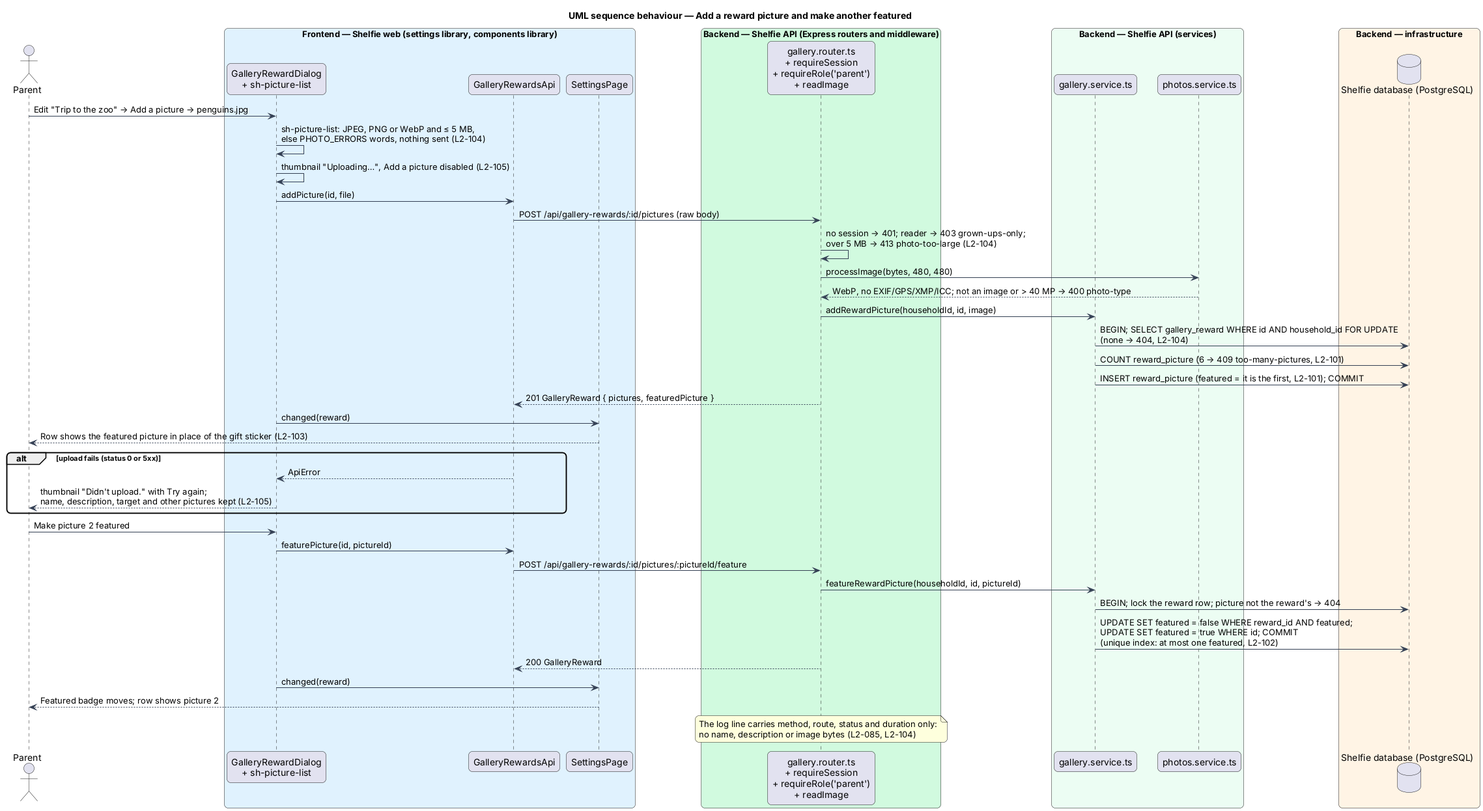
QuinntyneBrown/shelfie keeps this PlantUML diagram as docs/detailed-designs/review/reward-gallery/diagrams/sequence-reward-pictures.png. Above is the earlier version.
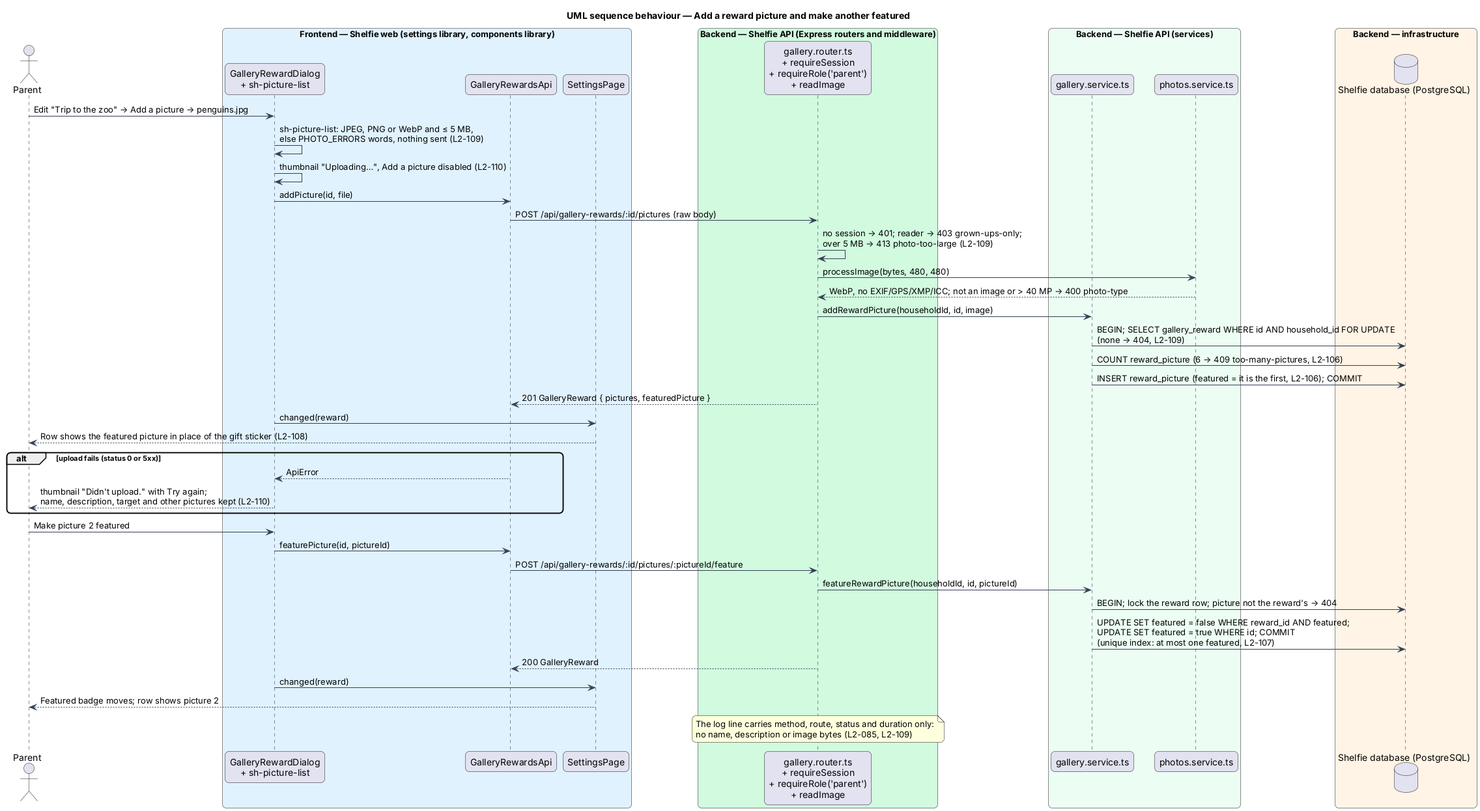
Above is the later version.

The edit, as a diff of the source:
```diff
@@ -23,32 +23,32 @@
 end box
 
 parent -> dialog : Edit "Trip to the zoo" → Add a picture → penguins.jpg
-dialog -> dialog : sh-picture-list: JPEG, PNG or WebP and ≤ 5 MB,\nelse PHOTO_ERRORS words, nothing sent (L2-104)
-dialog -> dialog : thumbnail "Uploading…", Add a picture disabled (L2-105)
+dialog -> dialog : sh-picture-list: JPEG, PNG or WebP and ≤ 5 MB,\nelse PHOTO_ERRORS words, nothing sent (L2-109)
+dialog -> dialog : thumbnail "Uploading…", Add a picture disabled (L2-110)
 dialog -> client : addPicture(id, file)
 client -> router : POST /api/gallery-rewards/:id/pictures (raw body)
-router -> router : no session → 401; reader → 403 grown-ups-only;\nover 5 MB → 413 photo-too-large (L2-104)
+router -> router : no session → 401; reader → 403 grown-ups-only;\nover 5 MB → 413 photo-too-large (L2-109)
 router -> photos : processImage(bytes, 480, 480)
 photos --> router : WebP, no EXIF/GPS/XMP/ICC; not an image or > 40 MP → 400 photo-type
 router -> service : addRewardPicture(householdId, id, image)
-service -> db : BEGIN; SELECT gallery_reward WHERE id AND household_id FOR UPDATE\n(none → 404, L2-104)
-service -> db : COUNT reward_picture (6 → 409 too-many-pictures, L2-101)
-service -> db : INSERT reward_picture (featured = it is the first, L2-101); COMMIT
+service -> db : BEGIN; SELECT gallery_reward WHERE id AND household_id FOR UPDATE\n(none → 404, L2-109)
+service -> db : COUNT reward_picture (6 → 409 too-many-pictures, L2-106)
+service -> db : INSERT reward_picture (featured = it is the first, L2-106); COMMIT
 router --> client : 201 GalleryReward { pictures, featuredPicture }
 dialog -> page : changed(reward)
-page --> parent : Row shows the featured picture in place of the gift sticker (L2-103)
+page --> parent : Row shows the featured picture in place of the gift sticker (L2-108)
 alt upload fails (status 0 or 5xx)
   client --> dialog : ApiError
-  dialog --> parent : thumbnail "Didn't upload." with Try again;\nname, description, target and other pictures kept (L2-105)
+  dialog --> parent : thumbnail "Didn't upload." with Try again;\nname, description, target and other pictures kept (L2-110)
 end
 parent -> dialog : Make picture 2 featured
 dialog -> client : featurePicture(id, pictureId)
 client -> router : POST /api/gallery-rewards/:id/pictures/:pictureId/feature
 router -> service : featureRewardPicture(householdId, id, pictureId)
 service -> db : BEGIN; lock the reward row; picture not the reward's → 404
-service -> db : UPDATE SET featured = false WHERE reward_id AND featured;\nUPDATE SET featured = true WHERE id; COMMIT\n(unique index: at most one featured, L2-102)
+service -> db : UPDATE SET featured = false WHERE reward_id AND featured;\nUPDATE SET featured = true WHERE id; COMMIT\n(unique index: at most one featured, L2-107)
 router --> client : 200 GalleryReward
 dialog -> page : changed(reward)
 page --> parent : Featured badge moves; row shows picture 2
-note over router : The log line carries method, route, status and duration only:\nno name, description or image bytes (L2-085, L2-104)
+note over router : The log line carries method, route, status and duration only:\nno name, description or image bytes (L2-085, L2-109)
 @enduml
```
